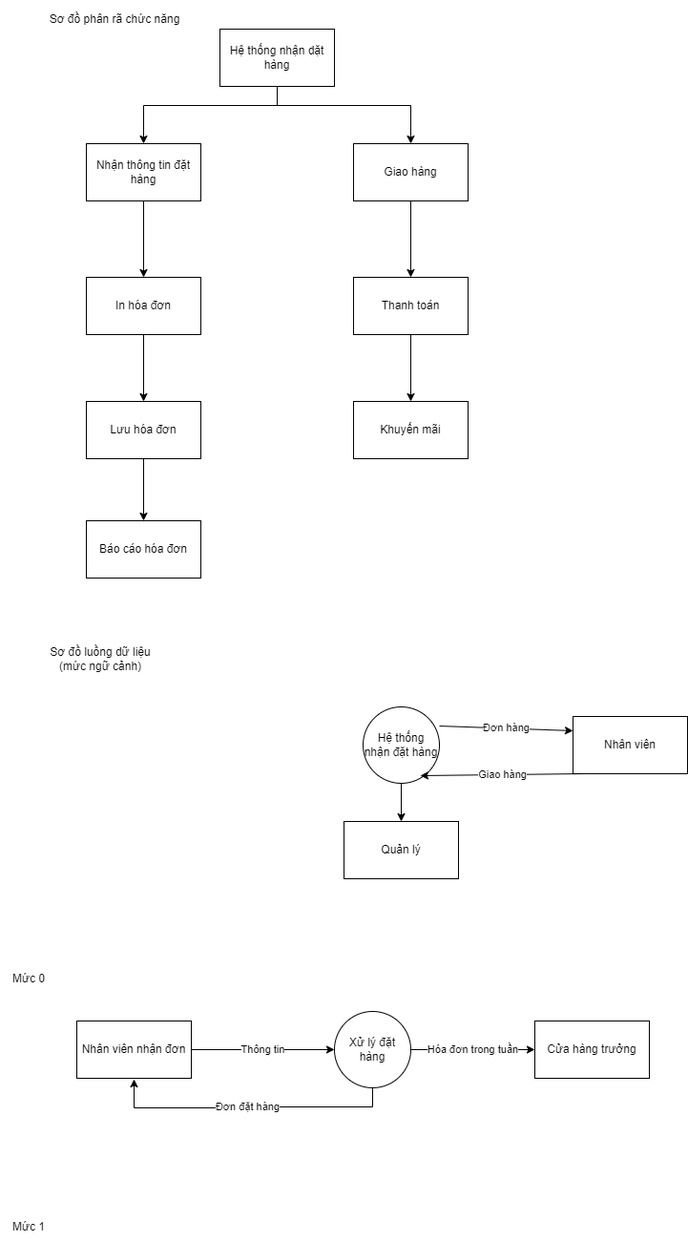
Earlier version of the draw.io export DFD3.png (InfiniteByte1811/branch1). Source tidied: cells renumbered, new cells last; positions are measured from the earlier drawing's top-left corner, leaving out a move shared by most shapes.
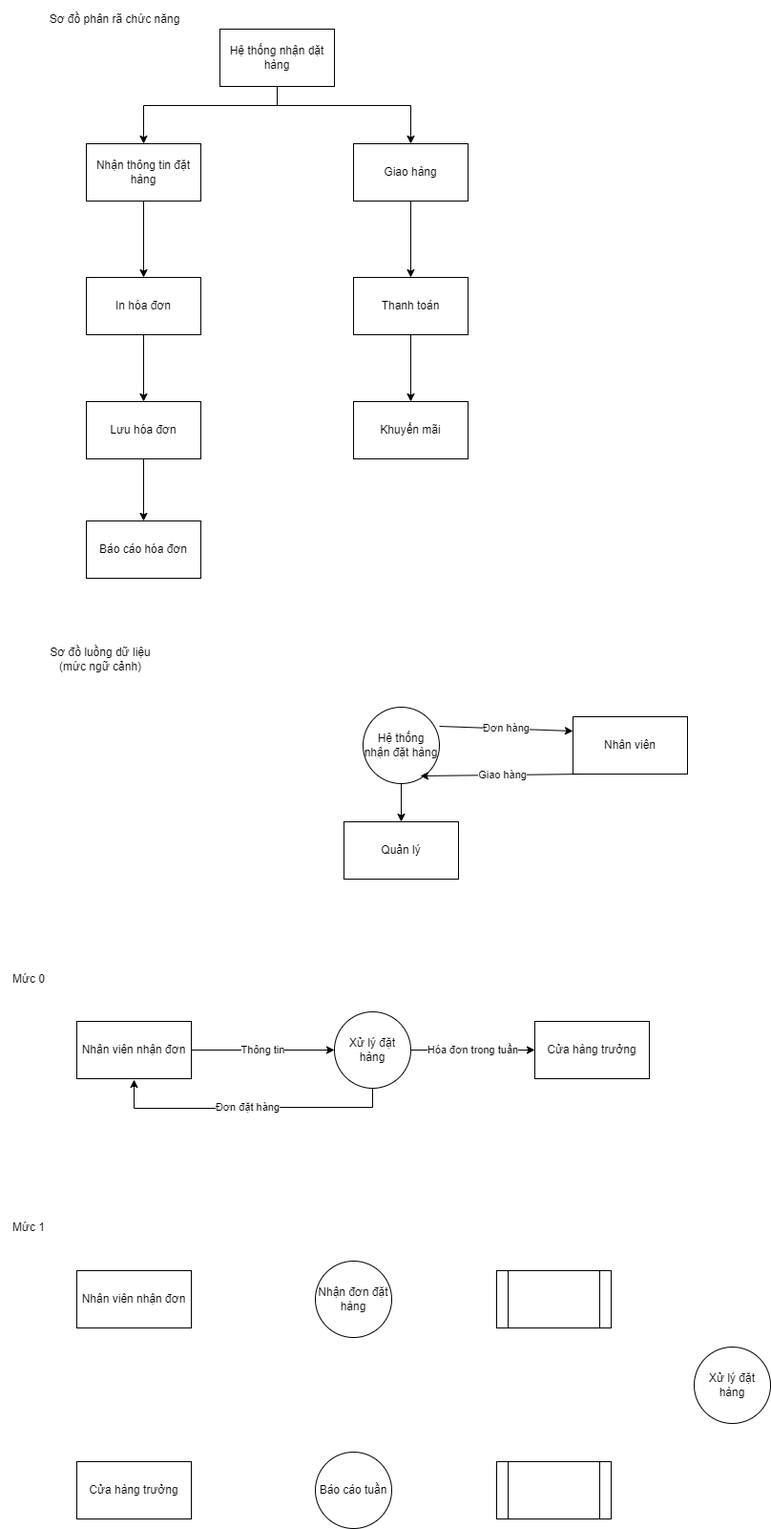
After the commit.

Commit message:
Cập nhật DFD3.png

What changed in the source:
```diff
@@ -121,5 +121,26 @@
     <mxCell id="32" value="Mức 1" style="text;html=1;strokeColor=none;fillColor=none;align=center;verticalAlign=middle;whiteSpace=wrap;rounded=0;" parent="1" vertex="1">
       <mxGeometry y="1270" width="60" height="30" as="geometry" />
     </mxCell>
+    <mxCell id="33" value="Cửa hàng trưởng" style="rounded=0;whiteSpace=wrap;html=1;" parent="1" vertex="1">
+      <mxGeometry x="80" y="1530" width="120" height="60" as="geometry" />
+    </mxCell>
+    <mxCell id="34" value="Nhân viên nhận đơn" style="rounded=0;whiteSpace=wrap;html=1;" parent="1" vertex="1">
+      <mxGeometry x="80" y="1330" width="120" height="60" as="geometry" />
+    </mxCell>
+    <mxCell id="35" value="Xử lý đặt hàng" style="ellipse;whiteSpace=wrap;html=1;" parent="1" vertex="1">
+      <mxGeometry x="727" y="1410" width="80" height="80" as="geometry" />
+    </mxCell>
+    <mxCell id="36" value="Nhận đơn đặt hàng" style="ellipse;whiteSpace=wrap;html=1;" parent="1" vertex="1">
+      <mxGeometry x="330" y="1320" width="80" height="80" as="geometry" />
+    </mxCell>
+    <mxCell id="37" value="Báo cáo tuần" style="ellipse;whiteSpace=wrap;html=1;" parent="1" vertex="1">
+      <mxGeometry x="330" y="1520" width="80" height="80" as="geometry" />
+    </mxCell>
+    <mxCell id="38" style="shape=process;whiteSpace=wrap;html=1;backgroundOutline=1;" parent="1" vertex="1">
+      <mxGeometry x="520" y="1330" width="120" height="60" as="geometry" />
+    </mxCell>
+    <mxCell id="39" style="shape=process;whiteSpace=wrap;html=1;backgroundOutline=1;" parent="1" vertex="1">
+      <mxGeometry x="520" y="1530" width="120" height="60" as="geometry" />
+    </mxCell>
   </root>
 </mxGraphModel>
```
